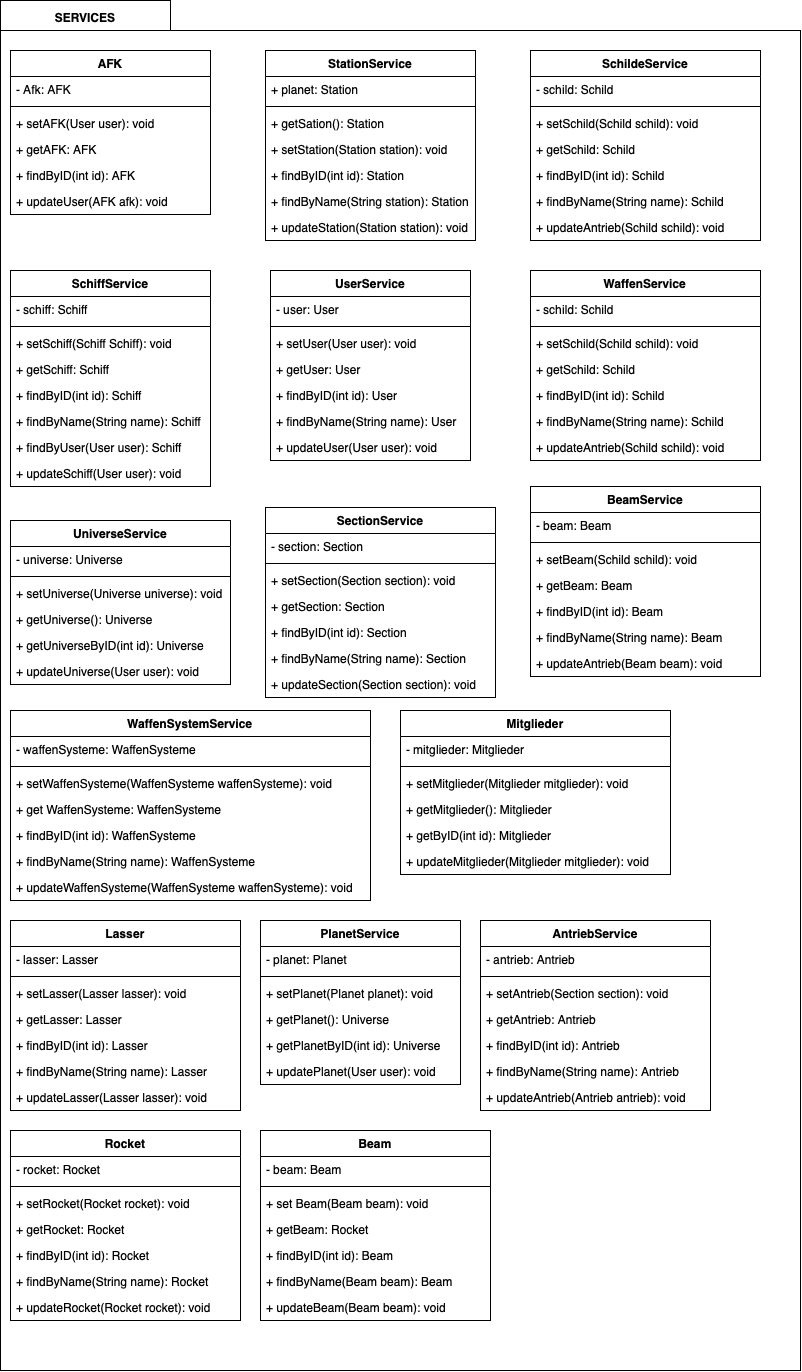
Above: docs/Modulsicht_Quellcode/ServicesModel.png in ksreyr/SpaceStudio (draw.io), before the change. Source tidied: cells renumbered, new cells last; positions are measured from the earlier drawing's top-left corner, leaving out a move shared by most shapes.
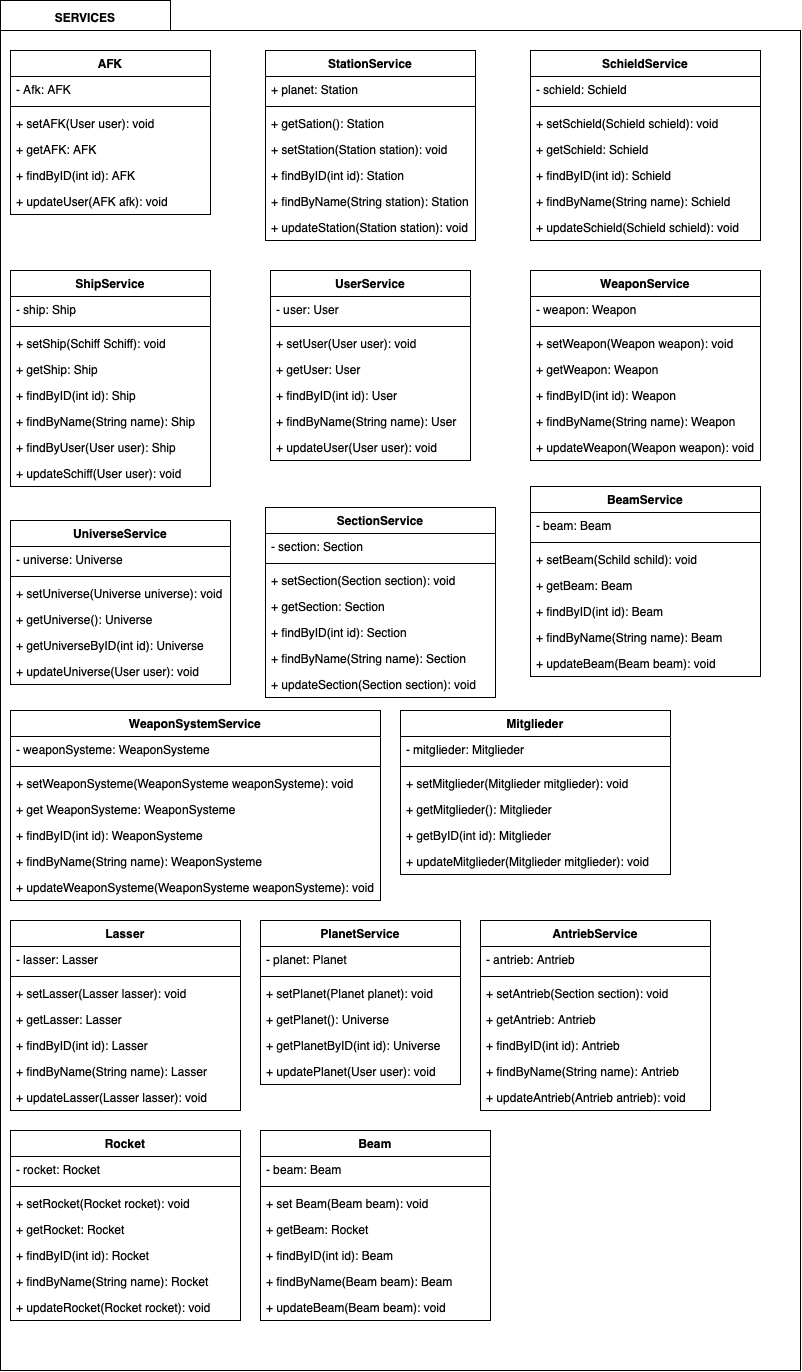
The same diagram one commit later.

Commit message:
grafik Gramttik

Diff of the diagram source:
```diff
@@ -5,28 +5,28 @@
     <mxCell id="2" style="shape=folder;fontStyle=1;spacingTop=10;tabWidth=170;tabHeight=30;tabPosition=left;html=1;" parent="1" vertex="1">
       <mxGeometry width="800" height="1370" as="geometry" />
     </mxCell>
-    <mxCell id="3" value="SchiffService" style="swimlane;fontStyle=1;align=center;verticalAlign=top;horizontal=1;startSize=26;" parent="1" vertex="1">
+    <mxCell id="3" value="ShipService" style="swimlane;fontStyle=1;align=center;verticalAlign=top;horizontal=1;startSize=26;" parent="1" vertex="1">
       <mxGeometry x="10" y="270" width="200" height="216" as="geometry" />
     </mxCell>
-    <mxCell id="4" value="- schiff: Schiff" style="text;strokeColor=none;fillColor=none;align=left;verticalAlign=top;spacingLeft=4;spacingRight=4;overflow=hidden;" parent="3" vertex="1">
+    <mxCell id="4" value="- ship: Ship" style="text;strokeColor=none;fillColor=none;align=left;verticalAlign=top;spacingLeft=4;spacingRight=4;overflow=hidden;" parent="3" vertex="1">
       <mxGeometry y="26" width="200" height="26" as="geometry" />
     </mxCell>
     <mxCell id="5" style="line;strokeWidth=1;fillColor=none;align=left;verticalAlign=middle;spacingTop=-1;spacingLeft=3;spacingRight=3;labelPosition=right;" parent="3" vertex="1">
       <mxGeometry y="52" width="200" height="8" as="geometry" />
     </mxCell>
-    <mxCell id="6" value="+ setSchiff(Schiff Schiff): void" style="text;strokeColor=none;fillColor=none;align=left;verticalAlign=top;spacingLeft=4;spacingRight=4;overflow=hidden;" parent="3" vertex="1">
+    <mxCell id="6" value="+ setShip(Schiff Schiff): void" style="text;strokeColor=none;fillColor=none;align=left;verticalAlign=top;spacingLeft=4;spacingRight=4;overflow=hidden;" parent="3" vertex="1">
       <mxGeometry y="60" width="200" height="26" as="geometry" />
     </mxCell>
-    <mxCell id="7" value="+ getSchiff: Schiff" style="text;strokeColor=none;fillColor=none;align=left;verticalAlign=top;spacingLeft=4;spacingRight=4;overflow=hidden;" parent="3" vertex="1">
+    <mxCell id="7" value="+ getShip: Ship" style="text;strokeColor=none;fillColor=none;align=left;verticalAlign=top;spacingLeft=4;spacingRight=4;overflow=hidden;" parent="3" vertex="1">
       <mxGeometry y="86" width="200" height="26" as="geometry" />
     </mxCell>
-    <mxCell id="8" value="+ findByID(int id): Schiff" style="text;strokeColor=none;fillColor=none;align=left;verticalAlign=top;spacingLeft=4;spacingRight=4;overflow=hidden;" parent="3" vertex="1">
+    <mxCell id="8" value="+ findByID(int id): Ship" style="text;strokeColor=none;fillColor=none;align=left;verticalAlign=top;spacingLeft=4;spacingRight=4;overflow=hidden;" parent="3" vertex="1">
       <mxGeometry y="112" width="200" height="26" as="geometry" />
     </mxCell>
-    <mxCell id="9" value="+ findByName(String name): Schiff" style="text;strokeColor=none;fillColor=none;align=left;verticalAlign=top;spacingLeft=4;spacingRight=4;overflow=hidden;" parent="3" vertex="1">
+    <mxCell id="9" value="+ findByName(String name): Ship" style="text;strokeColor=none;fillColor=none;align=left;verticalAlign=top;spacingLeft=4;spacingRight=4;overflow=hidden;" parent="3" vertex="1">
       <mxGeometry y="138" width="200" height="26" as="geometry" />
     </mxCell>
-    <mxCell id="10" value="+ findByUser(User user): Schiff" style="text;strokeColor=none;fillColor=none;align=left;verticalAlign=top;spacingLeft=4;spacingRight=4;overflow=hidden;" parent="3" vertex="1">
+    <mxCell id="10" value="+ findByUser(User user): Ship" style="text;strokeColor=none;fillColor=none;align=left;verticalAlign=top;spacingLeft=4;spacingRight=4;overflow=hidden;" parent="3" vertex="1">
       <mxGeometry y="164" width="200" height="26" as="geometry" />
     </mxCell>
     <mxCell id="11" value="+ updateSchiff(User user): void  " style="text;strokeColor=none;fillColor=none;align=left;verticalAlign=top;spacingLeft=4;spacingRight=4;overflow=hidden;" parent="3" vertex="1">
@@ -53,28 +53,28 @@
     <mxCell id="18" value="+ updateUser(AFK afk): void  " style="text;strokeColor=none;fillColor=none;align=left;verticalAlign=top;spacingLeft=4;spacingRight=4;overflow=hidden;" parent="12" vertex="1">
       <mxGeometry y="138" width="200" height="26" as="geometry" />
     </mxCell>
-    <mxCell id="19" value="SchildeService" style="swimlane;fontStyle=1;align=center;verticalAlign=top;horizontal=1;startSize=26;" parent="1" vertex="1">
+    <mxCell id="19" value="SchieldService" style="swimlane;fontStyle=1;align=center;verticalAlign=top;horizontal=1;startSize=26;" parent="1" vertex="1">
       <mxGeometry x="530" y="50" width="230" height="190" as="geometry" />
     </mxCell>
-    <mxCell id="20" value="- schild: Schild" style="text;strokeColor=none;fillColor=none;align=left;verticalAlign=top;spacingLeft=4;spacingRight=4;overflow=hidden;" parent="19" vertex="1">
+    <mxCell id="20" value="- schield: Schield" style="text;strokeColor=none;fillColor=none;align=left;verticalAlign=top;spacingLeft=4;spacingRight=4;overflow=hidden;" parent="19" vertex="1">
       <mxGeometry y="26" width="230" height="26" as="geometry" />
     </mxCell>
     <mxCell id="21" style="line;strokeWidth=1;fillColor=none;align=left;verticalAlign=middle;spacingTop=-1;spacingLeft=3;spacingRight=3;labelPosition=right;" parent="19" vertex="1">
       <mxGeometry y="52" width="230" height="8" as="geometry" />
     </mxCell>
-    <mxCell id="22" value="+ setSchild(Schild schild): void" style="text;strokeColor=none;fillColor=none;align=left;verticalAlign=top;spacingLeft=4;spacingRight=4;overflow=hidden;" parent="19" vertex="1">
+    <mxCell id="22" value="+ setSchield(Schield schield): void" style="text;strokeColor=none;fillColor=none;align=left;verticalAlign=top;spacingLeft=4;spacingRight=4;overflow=hidden;" parent="19" vertex="1">
       <mxGeometry y="60" width="230" height="26" as="geometry" />
     </mxCell>
-    <mxCell id="23" value="+ getSchild: Schild" style="text;strokeColor=none;fillColor=none;align=left;verticalAlign=top;spacingLeft=4;spacingRight=4;overflow=hidden;" parent="19" vertex="1">
+    <mxCell id="23" value="+ getSchield: Schield" style="text;strokeColor=none;fillColor=none;align=left;verticalAlign=top;spacingLeft=4;spacingRight=4;overflow=hidden;" parent="19" vertex="1">
       <mxGeometry y="86" width="230" height="26" as="geometry" />
     </mxCell>
-    <mxCell id="24" value="+ findByID(int id): Schild  " style="text;strokeColor=none;fillColor=none;align=left;verticalAlign=top;spacingLeft=4;spacingRight=4;overflow=hidden;" parent="19" vertex="1">
+    <mxCell id="24" value="+ findByID(int id): Schield  " style="text;strokeColor=none;fillColor=none;align=left;verticalAlign=top;spacingLeft=4;spacingRight=4;overflow=hidden;" parent="19" vertex="1">
       <mxGeometry y="112" width="230" height="26" as="geometry" />
     </mxCell>
-    <mxCell id="25" value="+ findByName(String name): Schild  " style="text;strokeColor=none;fillColor=none;align=left;verticalAlign=top;spacingLeft=4;spacingRight=4;overflow=hidden;" parent="19" vertex="1">
+    <mxCell id="25" value="+ findByName(String name): Schield  " style="text;strokeColor=none;fillColor=none;align=left;verticalAlign=top;spacingLeft=4;spacingRight=4;overflow=hidden;" parent="19" vertex="1">
       <mxGeometry y="138" width="230" height="26" as="geometry" />
     </mxCell>
-    <mxCell id="26" value="+ updateAntrieb(Schild schild): void  " style="text;strokeColor=none;fillColor=none;align=left;verticalAlign=top;spacingLeft=4;spacingRight=4;overflow=hidden;" parent="19" vertex="1">
+    <mxCell id="26" value="+ updateSchield(Schield schield): void  " style="text;strokeColor=none;fillColor=none;align=left;verticalAlign=top;spacingLeft=4;spacingRight=4;overflow=hidden;" parent="19" vertex="1">
       <mxGeometry y="164" width="230" height="26" as="geometry" />
     </mxCell>
     <mxCell id="27" value="UniverseService" style="swimlane;fontStyle=1;align=center;verticalAlign=top;horizontal=1;startSize=26;" parent="1" vertex="1">
@@ -98,56 +98,56 @@
     <mxCell id="33" value="+ updateUniverse(User user): void  " style="text;strokeColor=none;fillColor=none;align=left;verticalAlign=top;spacingLeft=4;spacingRight=4;overflow=hidden;" parent="27" vertex="1">
       <mxGeometry y="138" width="220" height="26" as="geometry" />
     </mxCell>
-    <mxCell id="34" value="WaffenService" style="swimlane;fontStyle=1;align=center;verticalAlign=top;horizontal=1;startSize=26;" parent="1" vertex="1">
+    <mxCell id="34" value="WeaponService" style="swimlane;fontStyle=1;align=center;verticalAlign=top;horizontal=1;startSize=26;" parent="1" vertex="1">
       <mxGeometry x="530" y="270" width="230" height="190" as="geometry" />
     </mxCell>
-    <mxCell id="35" value="- schild: Schild" style="text;strokeColor=none;fillColor=none;align=left;verticalAlign=top;spacingLeft=4;spacingRight=4;overflow=hidden;" parent="34" vertex="1">
+    <mxCell id="35" value="- weapon: Weapon" style="text;strokeColor=none;fillColor=none;align=left;verticalAlign=top;spacingLeft=4;spacingRight=4;overflow=hidden;" parent="34" vertex="1">
       <mxGeometry y="26" width="230" height="26" as="geometry" />
     </mxCell>
     <mxCell id="36" style="line;strokeWidth=1;fillColor=none;align=left;verticalAlign=middle;spacingTop=-1;spacingLeft=3;spacingRight=3;labelPosition=right;" parent="34" vertex="1">
       <mxGeometry y="52" width="230" height="8" as="geometry" />
     </mxCell>
-    <mxCell id="37" value="+ setSchild(Schild schild): void" style="text;strokeColor=none;fillColor=none;align=left;verticalAlign=top;spacingLeft=4;spacingRight=4;overflow=hidden;" parent="34" vertex="1">
+    <mxCell id="37" value="+ setWeapon(Weapon weapon): void" style="text;strokeColor=none;fillColor=none;align=left;verticalAlign=top;spacingLeft=4;spacingRight=4;overflow=hidden;" parent="34" vertex="1">
       <mxGeometry y="60" width="230" height="26" as="geometry" />
     </mxCell>
-    <mxCell id="38" value="+ getSchild: Schild" style="text;strokeColor=none;fillColor=none;align=left;verticalAlign=top;spacingLeft=4;spacingRight=4;overflow=hidden;" parent="34" vertex="1">
+    <mxCell id="38" value="+ getWeapon: Weapon" style="text;strokeColor=none;fillColor=none;align=left;verticalAlign=top;spacingLeft=4;spacingRight=4;overflow=hidden;" parent="34" vertex="1">
       <mxGeometry y="86" width="230" height="26" as="geometry" />
     </mxCell>
-    <mxCell id="39" value="+ findByID(int id): Schild  " style="text;strokeColor=none;fillColor=none;align=left;verticalAlign=top;spacingLeft=4;spacingRight=4;overflow=hidden;" parent="34" vertex="1">
+    <mxCell id="39" value="+ findByID(int id): Weapon  " style="text;strokeColor=none;fillColor=none;align=left;verticalAlign=top;spacingLeft=4;spacingRight=4;overflow=hidden;" parent="34" vertex="1">
       <mxGeometry y="112" width="230" height="26" as="geometry" />
     </mxCell>
-    <mxCell id="40" value="+ findByName(String name): Schild  " style="text;strokeColor=none;fillColor=none;align=left;verticalAlign=top;spacingLeft=4;spacingRight=4;overflow=hidden;" parent="34" vertex="1">
+    <mxCell id="40" value="+ findByName(String name): Weapon  " style="text;strokeColor=none;fillColor=none;align=left;verticalAlign=top;spacingLeft=4;spacingRight=4;overflow=hidden;" parent="34" vertex="1">
       <mxGeometry y="138" width="230" height="26" as="geometry" />
     </mxCell>
-    <mxCell id="41" value="+ updateAntrieb(Schild schild): void  " style="text;strokeColor=none;fillColor=none;align=left;verticalAlign=top;spacingLeft=4;spacingRight=4;overflow=hidden;" parent="34" vertex="1">
+    <mxCell id="41" value="+ updateWeapon(Weapon weapon): void  " style="text;strokeColor=none;fillColor=none;align=left;verticalAlign=top;spacingLeft=4;spacingRight=4;overflow=hidden;" parent="34" vertex="1">
       <mxGeometry y="164" width="230" height="26" as="geometry" />
     </mxCell>
     <mxCell id="42" value="&lt;b&gt;SERVICES&lt;/b&gt;" style="text;html=1;strokeColor=none;fillColor=none;align=center;verticalAlign=middle;whiteSpace=wrap;rounded=0;" parent="1" vertex="1">
       <mxGeometry x="30" y="7" width="110" height="20" as="geometry" />
     </mxCell>
-    <mxCell id="43" value="WaffenSystemService" style="swimlane;fontStyle=1;align=center;verticalAlign=top;horizontal=1;startSize=26;" parent="1" vertex="1">
-      <mxGeometry x="10" y="710" width="360" height="190" as="geometry" />
+    <mxCell id="43" value="WeaponSystemService" style="swimlane;fontStyle=1;align=center;verticalAlign=top;horizontal=1;startSize=26;" parent="1" vertex="1">
+      <mxGeometry x="10" y="710" width="370" height="190" as="geometry" />
     </mxCell>
-    <mxCell id="44" value="- waffenSysteme: WaffenSysteme" style="text;strokeColor=none;fillColor=none;align=left;verticalAlign=top;spacingLeft=4;spacingRight=4;overflow=hidden;" parent="43" vertex="1">
-      <mxGeometry y="26" width="360" height="26" as="geometry" />
+    <mxCell id="44" value="- weaponSysteme: WeaponSysteme" style="text;strokeColor=none;fillColor=none;align=left;verticalAlign=top;spacingLeft=4;spacingRight=4;overflow=hidden;" parent="43" vertex="1">
+      <mxGeometry y="26" width="370" height="26" as="geometry" />
     </mxCell>
     <mxCell id="45" style="line;strokeWidth=1;fillColor=none;align=left;verticalAlign=middle;spacingTop=-1;spacingLeft=3;spacingRight=3;labelPosition=right;" parent="43" vertex="1">
-      <mxGeometry y="52" width="360" height="8" as="geometry" />
+      <mxGeometry y="52" width="370" height="8" as="geometry" />
     </mxCell>
-    <mxCell id="46" value="+ setWaffenSysteme(WaffenSysteme waffenSysteme): void" style="text;strokeColor=none;fillColor=none;align=left;verticalAlign=top;spacingLeft=4;spacingRight=4;overflow=hidden;" parent="43" vertex="1">
-      <mxGeometry y="60" width="360" height="26" as="geometry" />
+    <mxCell id="46" value="+ setWeaponSysteme(WeaponSysteme weaponSysteme): void" style="text;strokeColor=none;fillColor=none;align=left;verticalAlign=top;spacingLeft=4;spacingRight=4;overflow=hidden;" parent="43" vertex="1">
+      <mxGeometry y="60" width="370" height="26" as="geometry" />
     </mxCell>
-    <mxCell id="47" value="+ get WaffenSysteme: WaffenSysteme" style="text;strokeColor=none;fillColor=none;align=left;verticalAlign=top;spacingLeft=4;spacingRight=4;overflow=hidden;" parent="43" vertex="1">
-      <mxGeometry y="86" width="360" height="26" as="geometry" />
+    <mxCell id="47" value="+ get WeaponSysteme: WeaponSysteme" style="text;strokeColor=none;fillColor=none;align=left;verticalAlign=top;spacingLeft=4;spacingRight=4;overflow=hidden;" parent="43" vertex="1">
+      <mxGeometry y="86" width="370" height="26" as="geometry" />
     </mxCell>
-    <mxCell id="48" value="+ findByID(int id): WaffenSysteme  " style="text;strokeColor=none;fillColor=none;align=left;verticalAlign=top;spacingLeft=4;spacingRight=4;overflow=hidden;" parent="43" vertex="1">
-      <mxGeometry y="112" width="360" height="26" as="geometry" />
+    <mxCell id="48" value="+ findByID(int id): WeaponSysteme  " style="text;strokeColor=none;fillColor=none;align=left;verticalAlign=top;spacingLeft=4;spacingRight=4;overflow=hidden;" parent="43" vertex="1">
+      <mxGeometry y="112" width="370" height="26" as="geometry" />
     </mxCell>
-    <mxCell id="49" value="+ findByName(String name): WaffenSysteme  " style="text;strokeColor=none;fillColor=none;align=left;verticalAlign=top;spacingLeft=4;spacingRight=4;overflow=hidden;" parent="43" vertex="1">
-      <mxGeometry y="138" width="360" height="26" as="geometry" />
+    <mxCell id="49" value="+ findByName(String name): WeaponSysteme  " style="text;strokeColor=none;fillColor=none;align=left;verticalAlign=top;spacingLeft=4;spacingRight=4;overflow=hidden;" parent="43" vertex="1">
+      <mxGeometry y="138" width="370" height="26" as="geometry" />
     </mxCell>
-    <mxCell id="50" value="+ updateWaffenSysteme(WaffenSysteme waffenSysteme): void  " style="text;strokeColor=none;fillColor=none;align=left;verticalAlign=top;spacingLeft=4;spacingRight=4;overflow=hidden;" parent="43" vertex="1">
-      <mxGeometry y="164" width="360" height="26" as="geometry" />
+    <mxCell id="50" value="+ updateWeaponSysteme(WeaponSysteme weaponSysteme): void  " style="text;strokeColor=none;fillColor=none;align=left;verticalAlign=top;spacingLeft=4;spacingRight=4;overflow=hidden;" parent="43" vertex="1">
+      <mxGeometry y="164" width="370" height="26" as="geometry" />
     </mxCell>
     <mxCell id="51" value="Lasser" style="swimlane;fontStyle=1;align=center;verticalAlign=top;horizontal=1;startSize=26;" parent="1" vertex="1">
       <mxGeometry x="10" y="920" width="230" height="190" as="geometry" />
@@ -194,7 +194,7 @@
     <mxCell id="65" value="+ findByName(String name): Beam  " style="text;strokeColor=none;fillColor=none;align=left;verticalAlign=top;spacingLeft=4;spacingRight=4;overflow=hidden;" parent="59" vertex="1">
       <mxGeometry y="138" width="230" height="26" as="geometry" />
     </mxCell>
-    <mxCell id="66" value="+ updateAntrieb(Beam beam): void  " style="text;strokeColor=none;fillColor=none;align=left;verticalAlign=top;spacingLeft=4;spacingRight=4;overflow=hidden;" parent="59" vertex="1">
+    <mxCell id="66" value="+ updateBeam(Beam beam): void  " style="text;strokeColor=none;fillColor=none;align=left;verticalAlign=top;spacingLeft=4;spacingRight=4;overflow=hidden;" parent="59" vertex="1">
       <mxGeometry y="164" width="230" height="26" as="geometry" />
     </mxCell>
     <mxCell id="67" value="PlanetService" style="swimlane;fontStyle=1;align=center;verticalAlign=top;horizontal=1;startSize=26;" parent="1" vertex="1">
```
